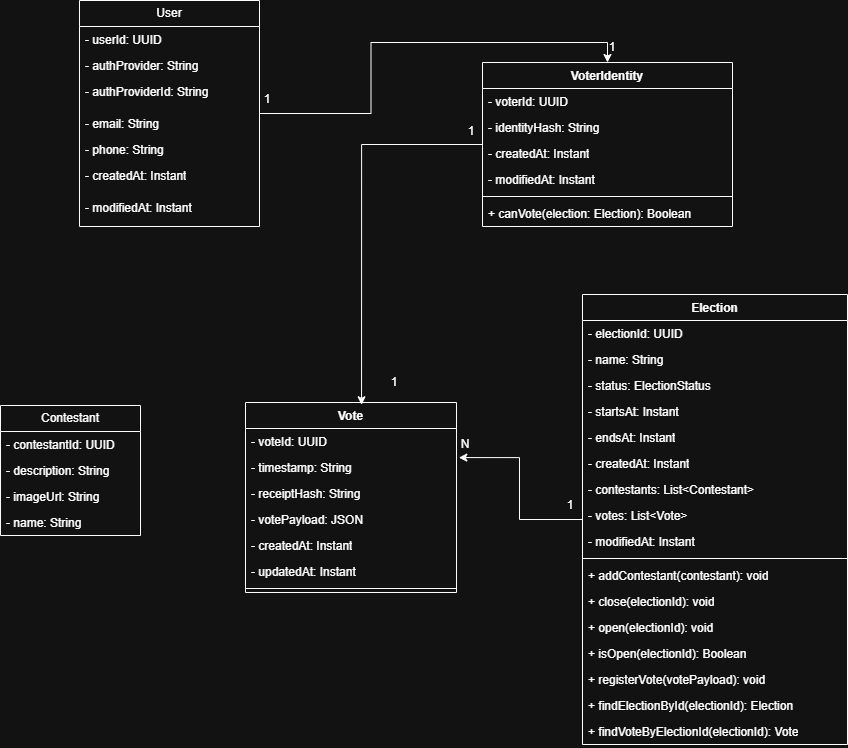
Above: images/class_diagram_v4.png in andreixmartins/arch-kata2 (draw.io), before the change. Source tidied: cells renumbered, new cells last; positions are measured from the earlier drawing's top-left corner, leaving out a move shared by most shapes.
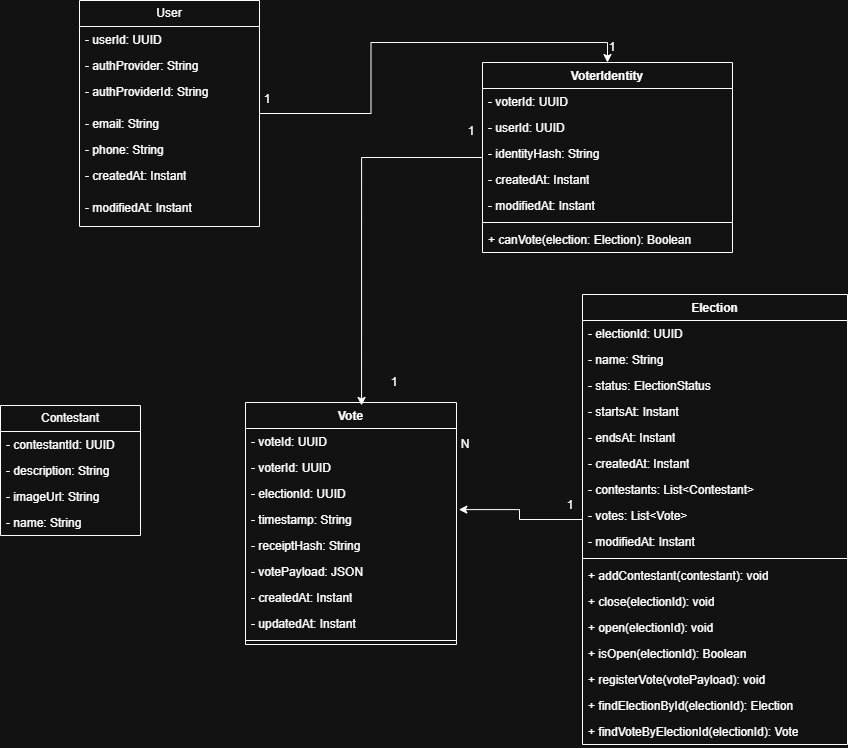
The same file after the commit.

Commit message:
FFucks - Updated class diagram

What changed in the source:
```diff
@@ -30,25 +30,28 @@
       <mxGeometry y="194" width="180" height="32" as="geometry" />
     </mxCell>
     <mxCell id="11" value="VoterIdentity" style="swimlane;fontStyle=1;align=center;verticalAlign=top;horizontal=1;startSize=26;whiteSpace=wrap;html=1;" parent="1" vertex="1">
-      <mxGeometry x="482" y="62" width="250" height="164" as="geometry" />
+      <mxGeometry x="482" y="62" width="250" height="190" as="geometry" />
     </mxCell>
     <mxCell id="12" value="- voterId: UUID" style="text;strokeColor=none;fillColor=none;align=left;verticalAlign=top;spacingLeft=4;spacingRight=4;overflow=hidden;whiteSpace=wrap;html=1;" parent="11" vertex="1">
       <mxGeometry y="26" width="250" height="26" as="geometry" />
     </mxCell>
+    <mxCell id="57" value="- userId: UUID" style="text;strokeColor=none;fillColor=none;align=left;verticalAlign=top;spacingLeft=4;spacingRight=4;overflow=hidden;whiteSpace=wrap;html=1;" parent="11" vertex="1">
+      <mxGeometry y="52" width="250" height="26" as="geometry" />
+    </mxCell>
     <mxCell id="13" value="- identityHash: String" style="text;strokeColor=none;fillColor=none;align=left;verticalAlign=top;spacingLeft=4;spacingRight=4;overflow=hidden;whiteSpace=wrap;html=1;" parent="11" vertex="1">
-      <mxGeometry y="52" width="250" height="26" as="geometry" />
+      <mxGeometry y="78" width="250" height="26" as="geometry" />
     </mxCell>
     <mxCell id="14" value="- createdAt: Instant" style="text;strokeColor=none;fillColor=none;align=left;verticalAlign=top;spacingLeft=4;spacingRight=4;overflow=hidden;whiteSpace=wrap;html=1;" parent="11" vertex="1">
-      <mxGeometry y="78" width="250" height="26" as="geometry" />
+      <mxGeometry y="104" width="250" height="26" as="geometry" />
     </mxCell>
     <mxCell id="15" value="- modifiedAt: Instant" style="text;strokeColor=none;fillColor=none;align=left;verticalAlign=top;spacingLeft=4;spacingRight=4;overflow=hidden;whiteSpace=wrap;html=1;" parent="11" vertex="1">
-      <mxGeometry y="104" width="250" height="26" as="geometry" />
+      <mxGeometry y="130" width="250" height="26" as="geometry" />
     </mxCell>
     <mxCell id="16" style="line;strokeWidth=1;fillColor=none;align=left;verticalAlign=middle;spacingTop=-1;spacingLeft=3;spacingRight=3;labelPosition=right;strokeColor=inherit;" parent="11" vertex="1">
-      <mxGeometry y="130" width="250" height="8" as="geometry" />
+      <mxGeometry y="156" width="250" height="8" as="geometry" />
     </mxCell>
     <mxCell id="17" value="+ canVote(election: Election): Boolean" style="text;strokeColor=none;fillColor=none;align=left;verticalAlign=top;spacingLeft=4;spacingRight=4;overflow=hidden;whiteSpace=wrap;html=1;" parent="11" vertex="1">
-      <mxGeometry y="138" width="250" height="26" as="geometry" />
+      <mxGeometry y="164" width="250" height="26" as="geometry" />
     </mxCell>
     <mxCell id="18" value="Election" style="swimlane;fontStyle=1;align=center;verticalAlign=top;horizontal=1;startSize=26;whiteSpace=wrap;html=1;" parent="1" vertex="1">
       <mxGeometry x="582" y="294" width="265" height="450" as="geometry" />
@@ -105,28 +108,34 @@
       <mxGeometry y="424" width="265" height="26" as="geometry" />
     </mxCell>
     <mxCell id="36" value="Vote" style="swimlane;fontStyle=1;align=center;verticalAlign=top;horizontal=1;startSize=26;whiteSpace=wrap;html=1;" parent="1" vertex="1">
-      <mxGeometry x="245" y="402" width="211" height="190" as="geometry" />
+      <mxGeometry x="245" y="402" width="211" height="242" as="geometry" />
     </mxCell>
     <mxCell id="37" value="- voteId: UUID" style="text;strokeColor=none;fillColor=none;align=left;verticalAlign=top;spacingLeft=4;spacingRight=4;overflow=hidden;whiteSpace=wrap;html=1;" parent="36" vertex="1">
       <mxGeometry y="26" width="211" height="26" as="geometry" />
     </mxCell>
+    <mxCell id="58" value="- voterId: UUID" style="text;strokeColor=none;fillColor=none;align=left;verticalAlign=top;spacingLeft=4;spacingRight=4;overflow=hidden;whiteSpace=wrap;html=1;" parent="36" vertex="1">
+      <mxGeometry y="52" width="211" height="26" as="geometry" />
+    </mxCell>
+    <mxCell id="59" value="- electionId: UUID" style="text;strokeColor=none;fillColor=none;align=left;verticalAlign=top;spacingLeft=4;spacingRight=4;overflow=hidden;whiteSpace=wrap;html=1;" parent="36" vertex="1">
+      <mxGeometry y="78" width="211" height="26" as="geometry" />
+    </mxCell>
     <mxCell id="38" value="- timestamp: String" style="text;strokeColor=none;fillColor=none;align=left;verticalAlign=top;spacingLeft=4;spacingRight=4;overflow=hidden;points=[[0,0.5],[1,0.5]];portConstraint=eastwest;whiteSpace=wrap;html=1;" parent="36" vertex="1">
-      <mxGeometry y="52" width="211" height="26" as="geometry" />
+      <mxGeometry y="104" width="211" height="26" as="geometry" />
     </mxCell>
     <mxCell id="39" value="- receiptHash: String" style="text;strokeColor=none;fillColor=none;align=left;verticalAlign=top;spacingLeft=4;spacingRight=4;overflow=hidden;whiteSpace=wrap;html=1;" parent="36" vertex="1">
-      <mxGeometry y="78" width="211" height="26" as="geometry" />
+      <mxGeometry y="130" width="211" height="26" as="geometry" />
     </mxCell>
     <mxCell id="40" value="- votePayload: JSON" style="text;strokeColor=none;fillColor=none;align=left;verticalAlign=top;spacingLeft=4;spacingRight=4;overflow=hidden;whiteSpace=wrap;html=1;" parent="36" vertex="1">
-      <mxGeometry y="104" width="211" height="26" as="geometry" />
+      <mxGeometry y="156" width="211" height="26" as="geometry" />
     </mxCell>
     <mxCell id="41" value="- createdAt: Instant" style="text;strokeColor=none;fillColor=none;align=left;verticalAlign=top;spacingLeft=4;spacingRight=4;overflow=hidden;whiteSpace=wrap;html=1;" parent="36" vertex="1">
-      <mxGeometry y="130" width="211" height="26" as="geometry" />
+      <mxGeometry y="182" width="211" height="26" as="geometry" />
     </mxCell>
     <mxCell id="42" value="- updatedAt: Instant" style="text;strokeColor=none;fillColor=none;align=left;verticalAlign=top;spacingLeft=4;spacingRight=4;overflow=hidden;whiteSpace=wrap;html=1;" parent="36" vertex="1">
-      <mxGeometry y="156" width="211" height="26" as="geometry" />
+      <mxGeometry y="208" width="211" height="26" as="geometry" />
     </mxCell>
     <mxCell id="43" style="line;strokeWidth=1;fillColor=none;align=left;verticalAlign=middle;spacingTop=-1;spacingLeft=3;spacingRight=3;labelPosition=right;strokeColor=inherit;" parent="36" vertex="1">
-      <mxGeometry y="182" width="211" height="8" as="geometry" />
+      <mxGeometry y="234" width="211" height="8" as="geometry" />
     </mxCell>
     <mxCell id="44" value="1" style="text;html=1;whiteSpace=wrap;strokeColor=none;fillColor=none;align=center;verticalAlign=middle;rounded=0;" parent="1" vertex="1">
       <mxGeometry x="582" y="32" width="60" height="30" as="geometry" />
```
